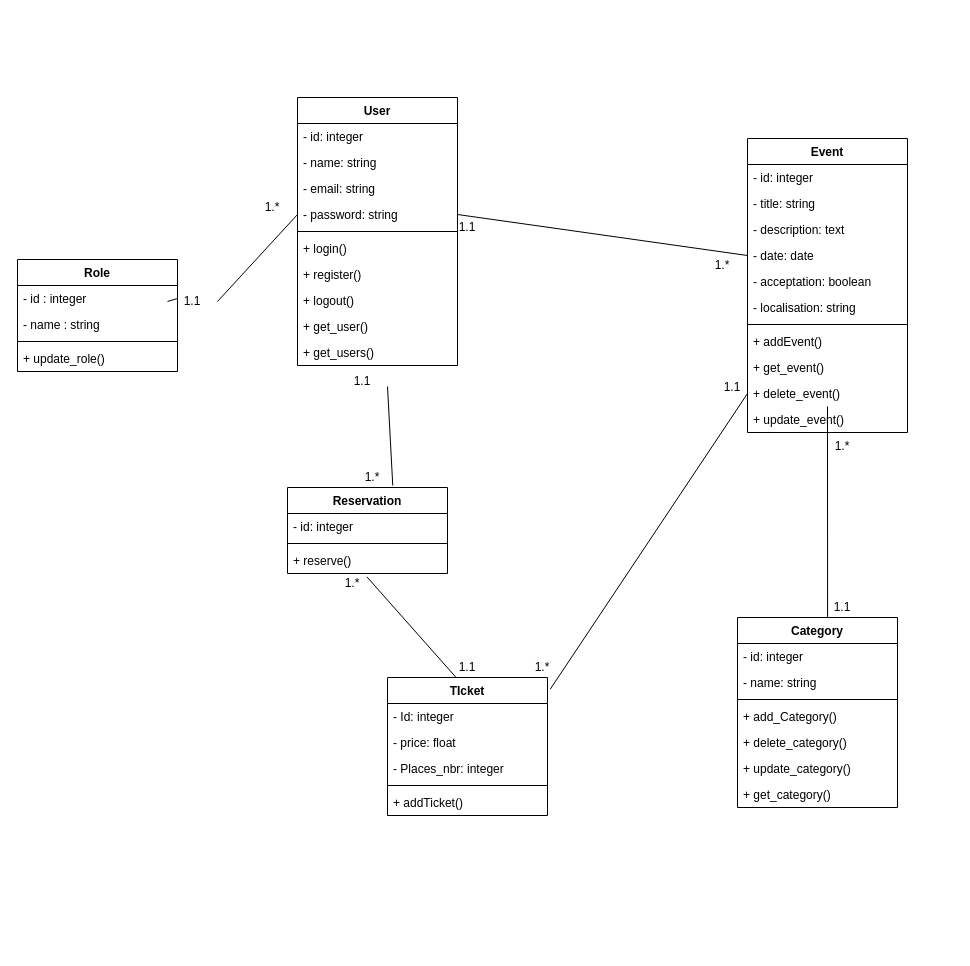
Earlier version of the draw.io diagram conception/diagramme_classe.drawio (AllaouiJihad/Evento). Source tidied: cells renumbered, new cells numbered last; positions are measured from the earlier drawing's top-left corner, leaving out a move shared by most shapes. Both pictures are drawn from the tidied source at 100%, with x=0, y=0 at pixel (17, 97).
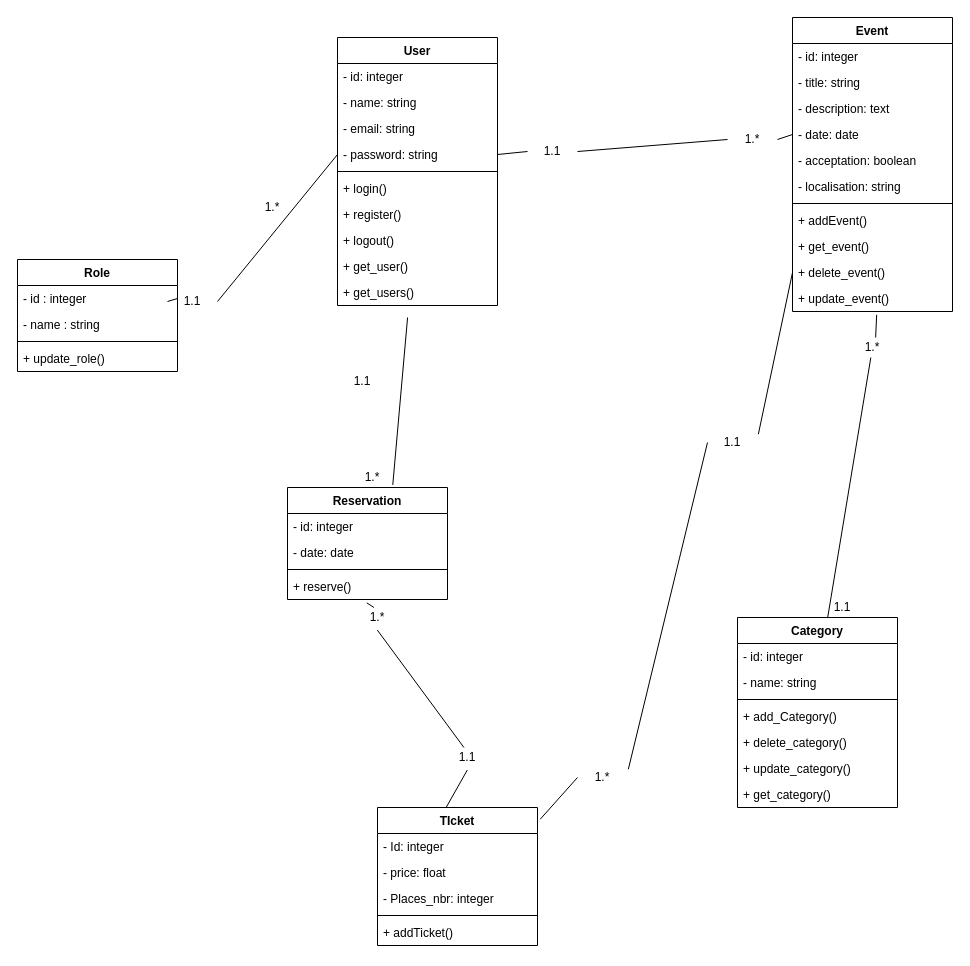
After the change.

Unchanged cells that the change refers to:
```xml
<mxCell id="6" value="- password: string" style="text;strokeColor=none;fillColor=none;align=left;verticalAlign=top;spacingLeft=4;spacingRight=4;overflow=hidden;points=[[0,0.5],[1,0.5]];portConstraint=eastwest;" parent="2" vertex="1">
  <mxGeometry y="104" width="160" height="26" as="geometry" />
</mxCell>
<mxCell id="12" value="+ get_users()" style="text;strokeColor=none;fillColor=none;align=left;verticalAlign=top;spacingLeft=4;spacingRight=4;overflow=hidden;points=[[0,0.5],[1,0.5]];portConstraint=eastwest;" parent="2" vertex="1">
  <mxGeometry y="242" width="160" height="26" as="geometry" />
</mxCell>
<mxCell id="17" value="- date: date" style="text;strokeColor=none;fillColor=none;align=left;verticalAlign=top;spacingLeft=4;spacingRight=4;overflow=hidden;points=[[0,0.5],[1,0.5]];portConstraint=eastwest;" parent="13" vertex="1">
  <mxGeometry y="104" width="160" height="26" as="geometry" />
</mxCell>
<mxCell id="23" value="+ delete_event()" style="text;strokeColor=none;fillColor=none;align=left;verticalAlign=top;spacingLeft=4;spacingRight=4;overflow=hidden;points=[[0,0.5],[1,0.5]];portConstraint=eastwest;" parent="13" vertex="1">
  <mxGeometry y="242" width="160" height="26" as="geometry" />
</mxCell>
<mxCell id="24" value="+ update_event()" style="text;strokeColor=none;fillColor=none;align=left;verticalAlign=top;spacingLeft=4;spacingRight=4;overflow=hidden;points=[[0,0.5],[1,0.5]];portConstraint=eastwest;" parent="13" vertex="1">
  <mxGeometry y="268" width="160" height="26" as="geometry" />
</mxCell>
<mxCell id="25" value="Category" style="swimlane;fontStyle=1;align=center;verticalAlign=top;horizontal=1;startSize=26;" parent="1" vertex="1">
  <mxGeometry x="720" y="520" width="160" height="190" as="geometry" />
</mxCell>
<mxCell id="62" value="1.1" style="text;html=1;strokeColor=none;fillColor=none;align=center;verticalAlign=middle;whiteSpace=wrap;rounded=0;" parent="1" vertex="1">
  <mxGeometry x="320" y="274" width="50" height="20" as="geometry" />
</mxCell>
```

What changed in the source:
```diff
@@
     <mxCell id="2" value="User" style="swimlane;fontStyle=1;align=center;verticalAlign=top;horizontal=1;startSize=26;" parent="1" vertex="1">
-      <mxGeometry x="280" width="160" height="268" as="geometry" />
+      <mxGeometry x="320" y="-60" width="160" height="268" as="geometry" />
     </mxCell>
@@
     <mxCell id="13" value="Event" style="swimlane;fontStyle=1;align=center;verticalAlign=top;horizontal=1;startSize=26;" parent="1" vertex="1">
-      <mxGeometry x="730" y="41" width="160" height="294" as="geometry" />
+      <mxGeometry x="775" y="-80" width="160" height="294" as="geometry" />
     </mxCell>
@@
     <mxCell id="33" value="TIcket" style="swimlane;fontStyle=1;align=center;verticalAlign=top;horizontal=1;startSize=26;" parent="1" vertex="1">
-      <mxGeometry x="370" y="580" width="160" height="138" as="geometry" />
+      <mxGeometry x="360" y="710" width="160" height="138" as="geometry" />
     </mxCell>
@@
     <mxCell id="39" value="Reservation" style="swimlane;fontStyle=1;align=center;verticalAlign=top;horizontal=1;startSize=26;" parent="1" vertex="1">
-      <mxGeometry x="270" y="390" width="160" height="86" as="geometry" />
+      <mxGeometry x="270" y="390" width="160" height="112" as="geometry" />
     </mxCell>
@@
+    <mxCell id="67" value="- date: date" style="text;strokeColor=none;fillColor=none;align=left;verticalAlign=top;spacingLeft=4;spacingRight=4;overflow=hidden;" parent="39" vertex="1">
+      <mxGeometry y="52" width="160" height="26" as="geometry" />
+    </mxCell>
     <mxCell id="41" style="line;strokeWidth=1;fillColor=none;align=left;verticalAlign=middle;spacingTop=-1;spacingLeft=3;spacingRight=3;labelPosition=right;strokeColor=inherit;" parent="39" vertex="1">
-      <mxGeometry y="52" width="160" height="8" as="geometry" />
+      <mxGeometry y="78" width="160" height="8" as="geometry" />
     </mxCell>
     <mxCell id="42" value="+ reserve()" style="text;strokeColor=none;fillColor=none;align=left;verticalAlign=top;spacingLeft=4;spacingRight=4;overflow=hidden;points=[[0,0.5],[1,0.5]];portConstraint=eastwest;" parent="39" vertex="1">
-      <mxGeometry y="60" width="160" height="26" as="geometry" />
+      <mxGeometry y="86" width="160" height="26" as="geometry" />
     </mxCell>
-    <mxCell id="43" style="endArrow=none;html=1;entryX=0;entryY=0.5;entryDx=0;entryDy=0;exitX=1;exitY=0.5;exitDx=0;exitDy=0;" parent="1" edge="1" source="6" target="17">
+    <mxCell id="43" style="endArrow=none;html=1;entryX=0;entryY=0.5;entryDx=0;entryDy=0;exitX=1;exitY=0.5;exitDx=0;exitDy=0;startArrow=none;" parent="1" edge="1" source="45" target="17">
       <mxGeometry relative="1" as="geometry" />
     </mxCell>
-    <mxCell id="44" value="1.1" style="text;html=1;strokeColor=none;fillColor=none;align=center;verticalAlign=middle;whiteSpace=wrap;rounded=0;" parent="1" vertex="1">
-      <mxGeometry x="425" y="120" width="50" height="20" as="geometry" />
-    </mxCell>
-    <mxCell id="45" value="1.*" style="text;html=1;strokeColor=none;fillColor=none;align=center;verticalAlign=middle;whiteSpace=wrap;rounded=0;" parent="1" vertex="1">
-      <mxGeometry x="680" y="158" width="50" height="20" as="geometry" />
-    </mxCell>
-    <mxCell id="46" style="endArrow=none;html=1;exitX=0.563;exitY=0.003;exitDx=0;exitDy=0;exitPerimeter=0;" parent="1" edge="1" source="25">
-      <mxGeometry relative="1" as="geometry">
-        <mxPoint x="810" y="309" as="targetPoint" />
-      </mxGeometry>
+    <mxCell id="46" style="endArrow=none;html=1;exitX=0.563;exitY=0.003;exitDx=0;exitDy=0;exitPerimeter=0;startArrow=none;entryX=0.526;entryY=1.127;entryDx=0;entryDy=0;entryPerimeter=0;" parent="1" edge="1" source="47" target="24">
+      <mxGeometry relative="1" as="geometry" />
     </mxCell>
-    <mxCell id="47" value="1.*" style="text;html=1;strokeColor=none;fillColor=none;align=center;verticalAlign=middle;whiteSpace=wrap;rounded=0;" parent="1" vertex="1">
-      <mxGeometry x="800" y="339" width="50" height="20" as="geometry" />
-    </mxCell>
@@
-    <mxCell id="49" style="endArrow=none;html=1;entryX=1;entryY=0.75;entryDx=0;entryDy=0;exitX=0.658;exitY=-0.023;exitDx=0;exitDy=0;exitPerimeter=0;" parent="1" edge="1" source="39" target="62">
+    <mxCell id="49" style="endArrow=none;html=1;entryX=0.438;entryY=1.462;entryDx=0;entryDy=0;exitX=0.658;exitY=-0.023;exitDx=0;exitDy=0;exitPerimeter=0;entryPerimeter=0;" parent="1" edge="1" source="39" target="12">
       <mxGeometry relative="1" as="geometry" />
     </mxCell>
-    <mxCell id="50" style="endArrow=none;html=1;exitX=1.017;exitY=0.085;exitDx=0;exitDy=0;exitPerimeter=0;entryX=0;entryY=0.5;entryDx=0;entryDy=0;" parent="1" edge="1" source="33" target="23">
+    <mxCell id="50" style="endArrow=none;html=1;exitX=1.017;exitY=0.085;exitDx=0;exitDy=0;exitPerimeter=0;entryX=0;entryY=0.5;entryDx=0;entryDy=0;startArrow=none;" parent="1" edge="1" source="52" target="23">
       <mxGeometry relative="1" as="geometry" />
     </mxCell>
-    <mxCell id="51" value="1.*" style="text;html=1;strokeColor=none;fillColor=none;align=center;verticalAlign=middle;whiteSpace=wrap;rounded=0;" parent="1" vertex="1">
-      <mxGeometry x="500" y="560" width="50" height="20" as="geometry" />
-    </mxCell>
-    <mxCell id="52" value="1.1" style="text;html=1;strokeColor=none;fillColor=none;align=center;verticalAlign=middle;whiteSpace=wrap;rounded=0;" parent="1" vertex="1">
-      <mxGeometry x="690" y="280" width="50" height="20" as="geometry" />
-    </mxCell>
-    <mxCell id="53" style="endArrow=none;html=1;exitX=0.429;exitY=0;exitDx=0;exitDy=0;exitPerimeter=0;entryX=0.496;entryY=1.128;entryDx=0;entryDy=0;entryPerimeter=0;" parent="1" edge="1" source="33" target="42">
+    <mxCell id="53" style="endArrow=none;html=1;exitX=0.429;exitY=0;exitDx=0;exitDy=0;exitPerimeter=0;entryX=0.496;entryY=1.128;entryDx=0;entryDy=0;entryPerimeter=0;startArrow=none;" parent="1" edge="1" source="64" target="42">
       <mxGeometry relative="1" as="geometry" />
     </mxCell>
@@
-    <mxCell id="63" value="1.1" style="text;html=1;strokeColor=none;fillColor=none;align=center;verticalAlign=middle;whiteSpace=wrap;rounded=0;" parent="1" vertex="1">
-      <mxGeometry x="425" y="560" width="50" height="20" as="geometry" />
-    </mxCell>
-    <mxCell id="64" value="1.*" style="text;html=1;strokeColor=none;fillColor=none;align=center;verticalAlign=middle;whiteSpace=wrap;rounded=0;" parent="1" vertex="1">
-      <mxGeometry x="310" y="476" width="50" height="20" as="geometry" />
-    </mxCell>
@@
+    <mxCell id="68" style="endArrow=none;html=1;exitX=0.429;exitY=0;exitDx=0;exitDy=0;exitPerimeter=0;entryX=0.496;entryY=1.128;entryDx=0;entryDy=0;entryPerimeter=0;startArrow=none;" parent="1" edge="1" source="63" target="64">
+      <mxGeometry relative="1" as="geometry" />
+    </mxCell>
+    <mxCell id="64" value="1.*" style="text;html=1;strokeColor=none;fillColor=none;align=center;verticalAlign=middle;whiteSpace=wrap;rounded=0;" parent="1" vertex="1">
+      <mxGeometry x="335" y="510" width="50" height="20" as="geometry" />
+    </mxCell>
+    <mxCell id="69" style="endArrow=none;html=1;exitX=0.429;exitY=0;exitDx=0;exitDy=0;exitPerimeter=0;entryX=0.496;entryY=1.128;entryDx=0;entryDy=0;entryPerimeter=0;" parent="1" edge="1" source="33" target="63">
+      <mxGeometry relative="1" as="geometry" />
+    </mxCell>
+    <mxCell id="63" value="1.1" style="text;html=1;strokeColor=none;fillColor=none;align=center;verticalAlign=middle;whiteSpace=wrap;rounded=0;" parent="1" vertex="1">
+      <mxGeometry x="425" y="650" width="50" height="20" as="geometry" />
+    </mxCell>
+    <mxCell id="70" style="endArrow=none;html=1;exitX=1.017;exitY=0.085;exitDx=0;exitDy=0;exitPerimeter=0;entryX=0;entryY=0.5;entryDx=0;entryDy=0;" parent="1" edge="1" source="33" target="51">
+      <mxGeometry relative="1" as="geometry" />
+    </mxCell>
+    <mxCell id="51" value="1.*" style="text;html=1;strokeColor=none;fillColor=none;align=center;verticalAlign=middle;whiteSpace=wrap;rounded=0;" parent="1" vertex="1">
+      <mxGeometry x="560" y="670" width="50" height="20" as="geometry" />
+    </mxCell>
+    <mxCell id="71" style="endArrow=none;html=1;exitX=1.017;exitY=0.085;exitDx=0;exitDy=0;exitPerimeter=0;entryX=0;entryY=0.5;entryDx=0;entryDy=0;startArrow=none;" parent="1" edge="1" source="51" target="52">
+      <mxGeometry relative="1" as="geometry" />
+    </mxCell>
+    <mxCell id="52" value="1.1" style="text;html=1;strokeColor=none;fillColor=none;align=center;verticalAlign=middle;whiteSpace=wrap;rounded=0;" parent="1" vertex="1">
+      <mxGeometry x="690" y="335" width="50" height="20" as="geometry" />
+    </mxCell>
+    <mxCell id="72" style="endArrow=none;html=1;exitX=0.563;exitY=0.003;exitDx=0;exitDy=0;exitPerimeter=0;" parent="1" edge="1" source="25" target="47">
+      <mxGeometry relative="1" as="geometry" />
+    </mxCell>
+    <mxCell id="47" value="1.*" style="text;html=1;strokeColor=none;fillColor=none;align=center;verticalAlign=middle;whiteSpace=wrap;rounded=0;" parent="1" vertex="1">
+      <mxGeometry x="830" y="240" width="50" height="20" as="geometry" />
+    </mxCell>
+    <mxCell id="73" style="endArrow=none;html=1;entryX=0;entryY=0.5;entryDx=0;entryDy=0;exitX=1;exitY=0.5;exitDx=0;exitDy=0;startArrow=none;" parent="1" edge="1" source="44" target="45">
+      <mxGeometry relative="1" as="geometry" />
+    </mxCell>
+    <mxCell id="45" value="1.*" style="text;html=1;strokeColor=none;fillColor=none;align=center;verticalAlign=middle;whiteSpace=wrap;rounded=0;" parent="1" vertex="1">
+      <mxGeometry x="710" y="32" width="50" height="20" as="geometry" />
+    </mxCell>
+    <mxCell id="74" style="endArrow=none;html=1;entryX=0;entryY=0.5;entryDx=0;entryDy=0;exitX=1;exitY=0.5;exitDx=0;exitDy=0;" parent="1" edge="1" source="6" target="44">
+      <mxGeometry relative="1" as="geometry" />
+    </mxCell>
+    <mxCell id="44" value="1.1" style="text;html=1;strokeColor=none;fillColor=none;align=center;verticalAlign=middle;whiteSpace=wrap;rounded=0;" parent="1" vertex="1">
+      <mxGeometry x="510" y="44" width="50" height="20" as="geometry" />
+    </mxCell>
```
